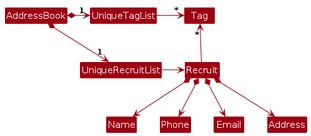
AY2526S1-CS2103T-F09-3/tp keeps this PlantUML diagram as diagrams/BetterModelClassDiagram.png. Above is the earlier version. Its source is kept beside it as diagrams/BetterModelClassDiagram.puml. The source it was exported from:
```plantuml
@startuml
!include style.puml
skinparam arrowThickness 1.1
skinparam arrowColor MODEL_COLOR
skinparam classBackgroundColor MODEL_COLOR

AddressBook *-right-> "1" UniqueRecruitList
AddressBook *-right-> "1" UniqueTagList
UniqueTagList -[hidden]down- UniqueRecruitList
UniqueTagList -[hidden]down- UniqueRecruitList

UniqueTagList -right-> "*" Tag
UniqueRecruitList -right-> Recruit

Recruit -up-> "*" Tag

Recruit *--> Name
Recruit *--> Phone
Recruit *--> Email
Recruit *--> Address
@enduml
```
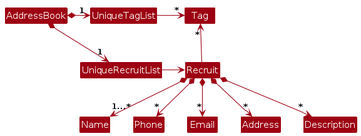
After the commit.

What changed in the source:
```diff
@@ -14,8 +14,9 @@
 
 Recruit -up-> "*" Tag
 
-Recruit *--> Name
-Recruit *--> Phone
-Recruit *--> Email
-Recruit *--> Address
+Recruit *--> "1...*" Name
+Recruit *--> "*" Phone
+Recruit *--> "*" Email
+Recruit *--> "*" Address
+Recruit *--> "*" Description
 @enduml
```
